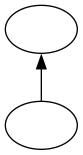
Before: src/printer/images/Symbol.gv.png, a diagram exported from Graphviz (KianBankeLarsen/Compiler). Its source is kept beside it as src/printer/images/Symbol.gv.
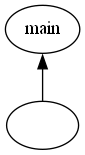
Later version of the same file.

Change to the diagram source:
```diff
@@ -1,6 +1,6 @@
 digraph Symbol {
 	graph [rankdir=BT]
-	0 [label=""]
+	0 [label=main]
 	1 [label=""]
 	1 -> 0
 }
```
